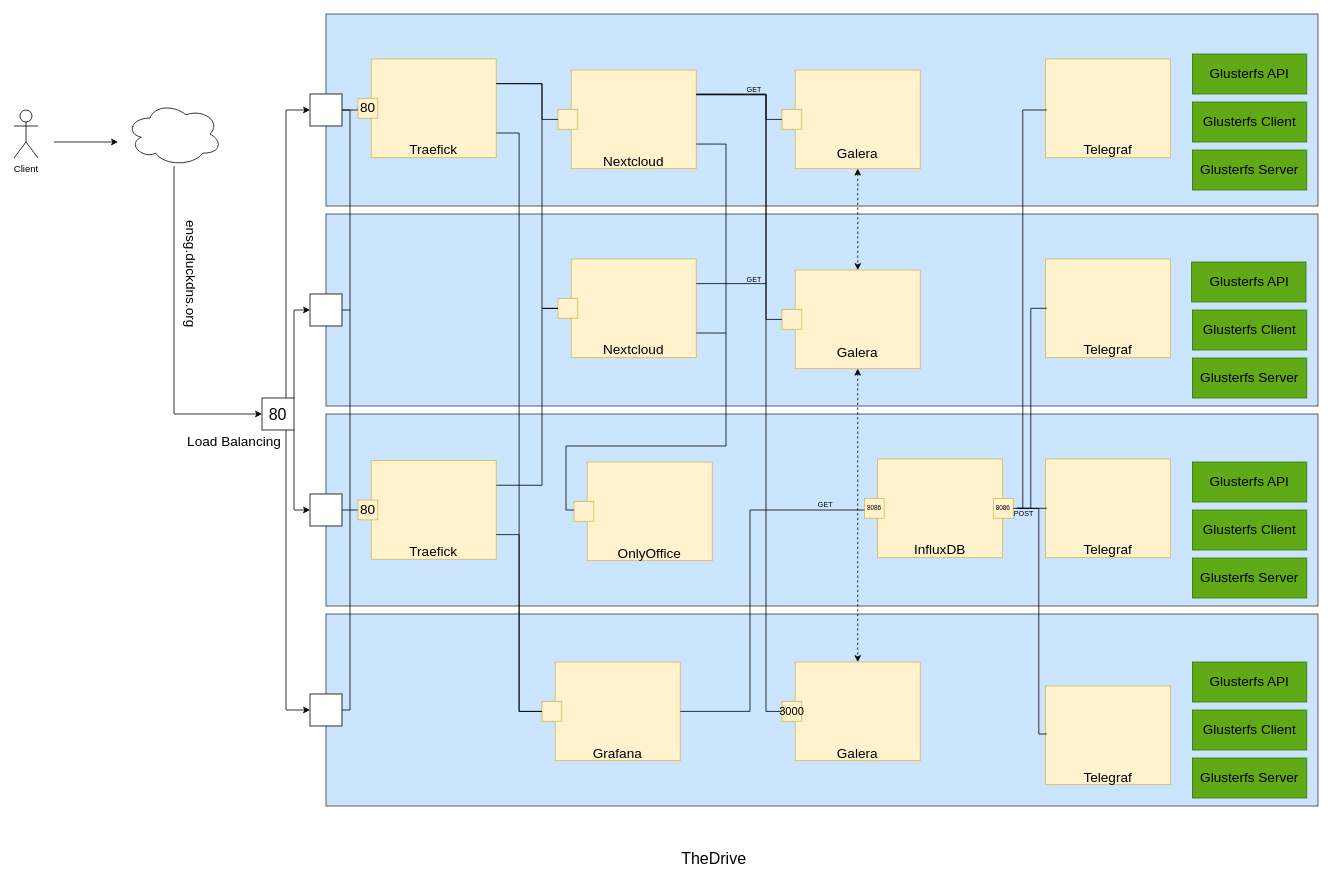
Above: Untitled Diagram.drawio in ThomasDBM/TheDrive (draw.io), before the change. Source tidied: cells renumbered, new cells numbered last; positions are measured from the earlier drawing's top-left corner, leaving out a move shared by most shapes. Both pictures are drawn from the tidied source at 80%, with x=0, y=0 at pixel (14, 14).
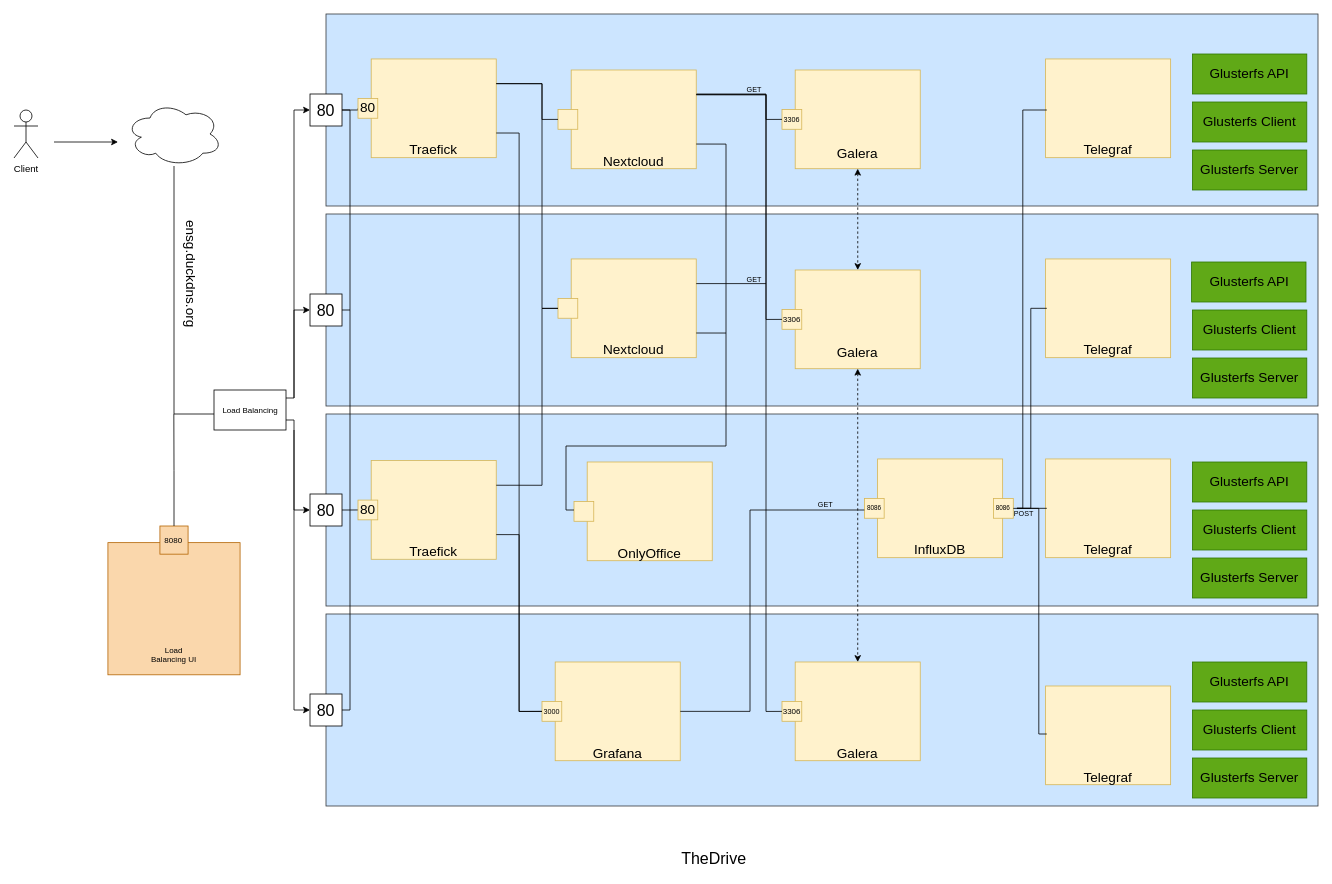
After the change.

The change refers to these unchanged cells:
```xml
<mxCell id="4" style="ellipse;shape=cloud;whiteSpace=wrap;html=1;" parent="1" vertex="1">
  <mxGeometry x="140" y="110" width="120" height="80" as="geometry" />
</mxCell>
<mxCell id="94" style="group;" parent="1" vertex="1">
  <mxGeometry x="660" y="810" width="172.7" height="127.5" as="geometry" />
</mxCell>
<mxCell id="113" style="group;" parent="1" vertex="1">
  <mxGeometry x="960" y="320" width="172.7" height="127.5" as="geometry" />
</mxCell>
<mxCell id="117" style="group;" parent="1" vertex="1">
  <mxGeometry x="960" y="810" width="172.7" height="127.5" as="geometry" />
</mxCell>
<mxCell id="121" style="group;" parent="1" vertex="1">
  <mxGeometry x="960" y="70" width="172.7" height="127.5" as="geometry" />
</mxCell>
```

Diff of the diagram source:
```diff
@@
-    <mxCell id="3" style="edgeStyle=orthogonalEdgeStyle;rounded=0;jettySize=auto;html=1;fontSize=17;entryX=0;entryY=0.5;entryDx=0;entryDy=0;" parent="1" edge="1" source="4" target="25">
+    <mxCell id="3" style="edgeStyle=orthogonalEdgeStyle;rounded=0;jettySize=auto;html=1;fontSize=17;" parent="1" edge="1" source="4">
       <mxGeometry relative="1" as="geometry">
+        <mxPoint x="260" y="500" as="targetPoint" />
         <Array as="points">
           <mxPoint x="200" y="500" />
         </Array>
       </mxGeometry>
     </mxCell>
@@
-    <mxCell id="14" style="whiteSpace=wrap;html=1;fontSize=20;" parent="1" vertex="1">
+    <mxCell id="14" value="80" style="whiteSpace=wrap;html=1;fontSize=20;" parent="1" vertex="1">
       <mxGeometry x="370" y="100" width="40" height="40" as="geometry" />
     </mxCell>
@@
-    <mxCell id="16" style="whiteSpace=wrap;html=1;fontSize=20;" parent="1" vertex="1">
+    <mxCell id="16" value="80" style="whiteSpace=wrap;html=1;fontSize=20;" parent="1" vertex="1">
       <mxGeometry x="370" y="350" width="40" height="40" as="geometry" />
     </mxCell>
@@
-    <mxCell id="18" style="whiteSpace=wrap;html=1;fontSize=20;" parent="1" vertex="1">
+    <mxCell id="18" value="80" style="whiteSpace=wrap;html=1;fontSize=20;" parent="1" vertex="1">
       <mxGeometry x="370" y="600" width="40" height="40" as="geometry" />
     </mxCell>
@@
-    <mxCell id="20" style="whiteSpace=wrap;html=1;fontSize=20;" parent="1" vertex="1">
+    <mxCell id="20" value="80" style="whiteSpace=wrap;html=1;fontSize=20;" parent="1" vertex="1">
       <mxGeometry x="370" y="850" width="40" height="40" as="geometry" />
     </mxCell>
-    <mxCell id="21" style="edgeStyle=orthogonalEdgeStyle;rounded=0;jettySize=auto;html=1;exitX=0.75;exitY=0;exitDx=0;exitDy=0;entryX=0;entryY=0.5;entryDx=0;entryDy=0;fontSize=17;" parent="1" edge="1" source="25" target="14">
-      <mxGeometry relative="1" as="geometry" />
+    <mxCell id="21" style="edgeStyle=orthogonalEdgeStyle;rounded=0;jettySize=auto;html=1;exitX=0.75;exitY=0;exitDx=0;exitDy=0;entryX=0;entryY=0.5;entryDx=0;entryDy=0;fontSize=17;" parent="1" edge="1" target="14">
+      <mxGeometry relative="1" as="geometry">
+        <mxPoint x="340" y="480" as="sourcePoint" />
+        <Array as="points">
+          <mxPoint x="350" y="480" />
+          <mxPoint x="350" y="120" />
+        </Array>
+      </mxGeometry>
     </mxCell>
-    <mxCell id="22" style="edgeStyle=orthogonalEdgeStyle;rounded=0;jettySize=auto;html=1;exitX=1;exitY=0;exitDx=0;exitDy=0;entryX=0;entryY=0.5;entryDx=0;entryDy=0;fontSize=17;" parent="1" edge="1" source="25" target="16">
-      <mxGeometry relative="1" as="geometry" />
+    <mxCell id="22" style="edgeStyle=orthogonalEdgeStyle;rounded=0;jettySize=auto;html=1;exitX=1;exitY=0;exitDx=0;exitDy=0;entryX=0;entryY=0.5;entryDx=0;entryDy=0;fontSize=17;" parent="1" edge="1" target="16">
+      <mxGeometry relative="1" as="geometry">
+        <mxPoint x="350" y="480" as="sourcePoint" />
+        <Array as="points">
+          <mxPoint x="350" y="370" />
+        </Array>
+      </mxGeometry>
     </mxCell>
-    <mxCell id="23" style="edgeStyle=orthogonalEdgeStyle;rounded=0;jettySize=auto;html=1;exitX=0.75;exitY=1;exitDx=0;exitDy=0;entryX=0;entryY=0.5;entryDx=0;entryDy=0;fontSize=17;" parent="1" edge="1" source="25" target="20">
-      <mxGeometry relative="1" as="geometry" />
+    <mxCell id="23" style="edgeStyle=orthogonalEdgeStyle;rounded=0;jettySize=auto;html=1;exitX=1;exitY=0.75;exitDx=0;exitDy=0;entryX=0;entryY=0.5;entryDx=0;entryDy=0;fontSize=17;" parent="1" edge="1" source="147" target="20">
+      <mxGeometry relative="1" as="geometry">
+        <Array as="points">
+          <mxPoint x="350" y="507" />
+          <mxPoint x="350" y="870" />
+        </Array>
+      </mxGeometry>
     </mxCell>
-    <mxCell id="24" style="edgeStyle=orthogonalEdgeStyle;rounded=0;jettySize=auto;html=1;exitX=1;exitY=1;exitDx=0;exitDy=0;entryX=0;entryY=0.5;entryDx=0;entryDy=0;fontSize=17;" parent="1" edge="1" source="25" target="18">
-      <mxGeometry relative="1" as="geometry" />
+    <mxCell id="24" style="edgeStyle=orthogonalEdgeStyle;rounded=0;jettySize=auto;html=1;exitX=1;exitY=1;exitDx=0;exitDy=0;entryX=0;entryY=0.5;entryDx=0;entryDy=0;fontSize=17;" parent="1" edge="1" target="18">
+      <mxGeometry relative="1" as="geometry">
+        <mxPoint x="350" y="520" as="sourcePoint" />
+        <Array as="points">
+          <mxPoint x="350" y="620" />
+        </Array>
+      </mxGeometry>
     </mxCell>
-    <mxCell id="25" value="80" style="whiteSpace=wrap;html=1;fontSize=20;" parent="1" vertex="1">
-      <mxGeometry x="310" y="480" width="40" height="40" as="geometry" />
-    </mxCell>
@@
-    <mxCell id="96" style="whiteSpace=wrap;html=1;labelBackgroundColor=#99FFFF;fontSize=17;fillColor=#fff2cc;strokeColor=#d6b656;" parent="94" vertex="1">
+    <mxCell id="96" value="3000" style="whiteSpace=wrap;html=1;labelBackgroundColor=none;fontSize=9;fillColor=#fff2cc;strokeColor=#d6b656;" parent="94" vertex="1">
       <mxGeometry y="49.4" width="24.7" height="24.7" as="geometry" />
     </mxCell>
@@
-    <mxCell id="115" style="whiteSpace=wrap;html=1;labelBackgroundColor=#99FFFF;fontSize=17;fillColor=#fff2cc;strokeColor=#d6b656;" parent="113" vertex="1">
+    <mxCell id="115" value="3306" style="whiteSpace=wrap;html=1;labelBackgroundColor=none;fontSize=10;fillColor=#fff2cc;strokeColor=#d6b656;" parent="113" vertex="1">
       <mxGeometry y="49.4" width="24.7" height="24.7" as="geometry" />
     </mxCell>
@@
-    <mxCell id="119" value="3000" style="whiteSpace=wrap;html=1;labelBackgroundColor=none;fontSize=14;fillColor=#fff2cc;strokeColor=#d6b656;" parent="117" vertex="1">
+    <mxCell id="119" value="3306" style="whiteSpace=wrap;html=1;labelBackgroundColor=none;fontSize=10;fillColor=#fff2cc;strokeColor=#d6b656;" parent="117" vertex="1">
       <mxGeometry y="49.4" width="24.7" height="24.7" as="geometry" />
     </mxCell>
@@
-    <mxCell id="123" style="whiteSpace=wrap;html=1;labelBackgroundColor=#99FFFF;fontSize=17;fillColor=#fff2cc;strokeColor=#d6b656;" parent="121" vertex="1">
+    <mxCell id="123" value="3306" style="whiteSpace=wrap;html=1;labelBackgroundColor=none;fontSize=9;fillColor=#fff2cc;strokeColor=#d6b656;" parent="121" vertex="1">
       <mxGeometry y="49.4" width="24.7" height="24.7" as="geometry" />
     </mxCell>
@@
-    <mxCell id="136" value="Load Balancing" style="text;html=1;align=center;verticalAlign=middle;strokeColor=none;fillColor=none;fontSize=17;" parent="1" vertex="1">
-      <mxGeometry x="210" y="520" width="130" height="30" as="geometry" />
-    </mxCell>
@@
+    <mxCell id="141" style="group;" parent="1" vertex="1">
+      <mxGeometry x="117.4" y="640" width="165.2" height="186" as="geometry" />
+    </mxCell>
+    <mxCell id="142" style="group;" parent="141" vertex="1">
+      <mxGeometry y="20.8" width="165.2" height="165.2" as="geometry" />
+    </mxCell>
+    <mxCell id="143" style="whiteSpace=wrap;html=1;labelBackgroundColor=none;fontSize=10;fillColor=#fad7ac;strokeColor=#b46504;" parent="142" vertex="1">
+      <mxGeometry width="165.2" height="165.2" as="geometry" />
+    </mxCell>
+    <mxCell id="144" value="Load Balancing UI" style="text;html=1;strokeColor=none;fillColor=none;align=center;verticalAlign=middle;whiteSpace=wrap;rounded=0;labelBackgroundColor=none;fontSize=10;" parent="142" vertex="1">
+      <mxGeometry x="52.6" y="125.2" width="60" height="30" as="geometry" />
+    </mxCell>
+    <mxCell id="145" value="8080" style="whiteSpace=wrap;html=1;labelBackgroundColor=none;fontSize=10;fillColor=#fad7ac;strokeColor=#b46504;" parent="141" vertex="1">
+      <mxGeometry x="65" width="35.2" height="35.2" as="geometry" />
+    </mxCell>
+    <mxCell id="146" style="edgeStyle=orthogonalEdgeStyle;rounded=0;jettySize=auto;html=1;exitX=0.5;exitY=0;exitDx=0;exitDy=0;fontSize=10;startArrow=none;startFill=0;endArrow=none;endFill=0;" parent="1" edge="1" source="145">
+      <mxGeometry relative="1" as="geometry">
+        <mxPoint x="199.8" y="500" as="targetPoint" />
+      </mxGeometry>
+    </mxCell>
+    <mxCell id="147" style="rounded=0;whiteSpace=wrap;html=1;labelBackgroundColor=none;fontSize=10;fillColor=default;" parent="1" vertex="1">
+      <mxGeometry x="250" y="470" width="90" height="50" as="geometry" />
+    </mxCell>
+    <mxCell id="136" value="Load Balancing" style="text;html=1;align=center;verticalAlign=middle;strokeColor=none;fillColor=none;fontSize=10;" parent="1" vertex="1">
+      <mxGeometry x="255" y="485" width="80" height="20" as="geometry" />
+    </mxCell>
```
